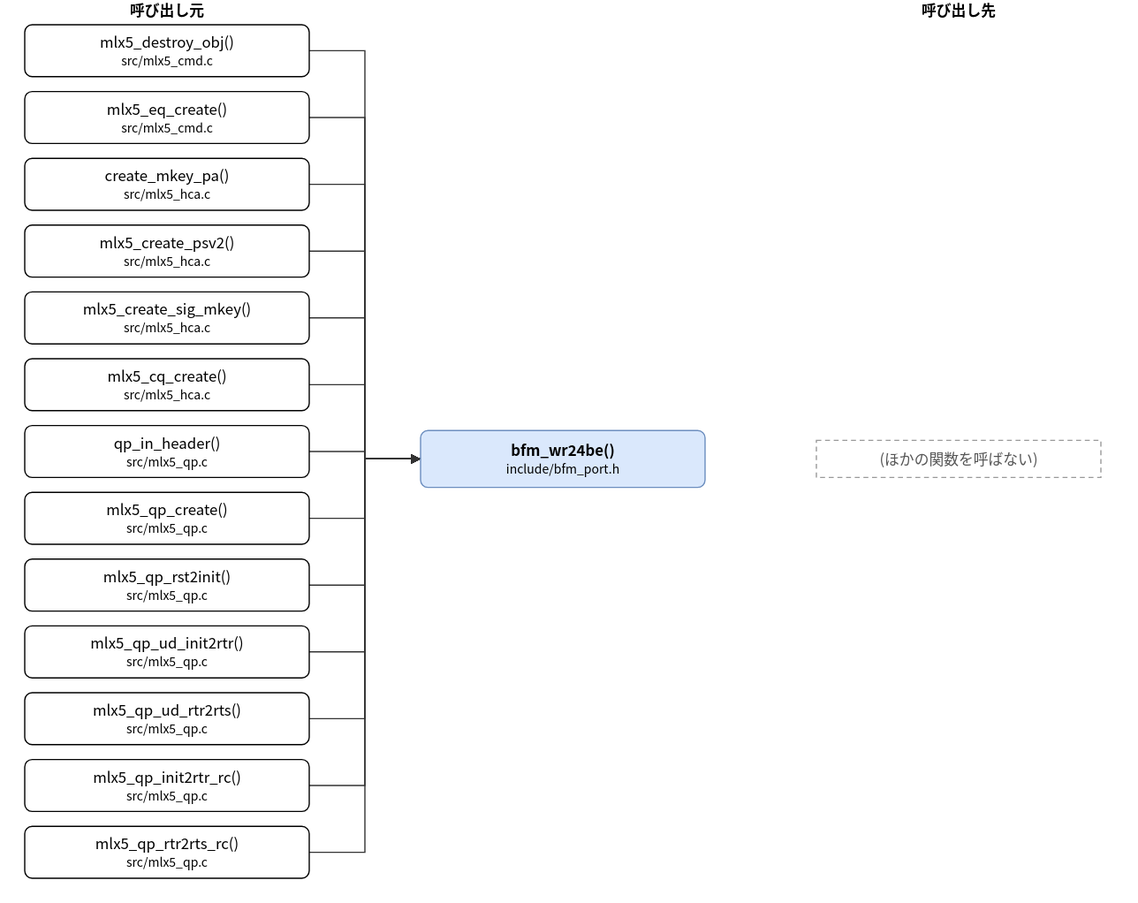
The draw.io diagram doc/spec/images/call_include_bfm_port-bfm_wr24be.drawio.svg in hf355051012-ai/bfmem, before a commit. Source tidied: cells renumbered, new cells last; positions are measured from the earlier drawing's top-left corner, leaving out a move shared by most shapes.
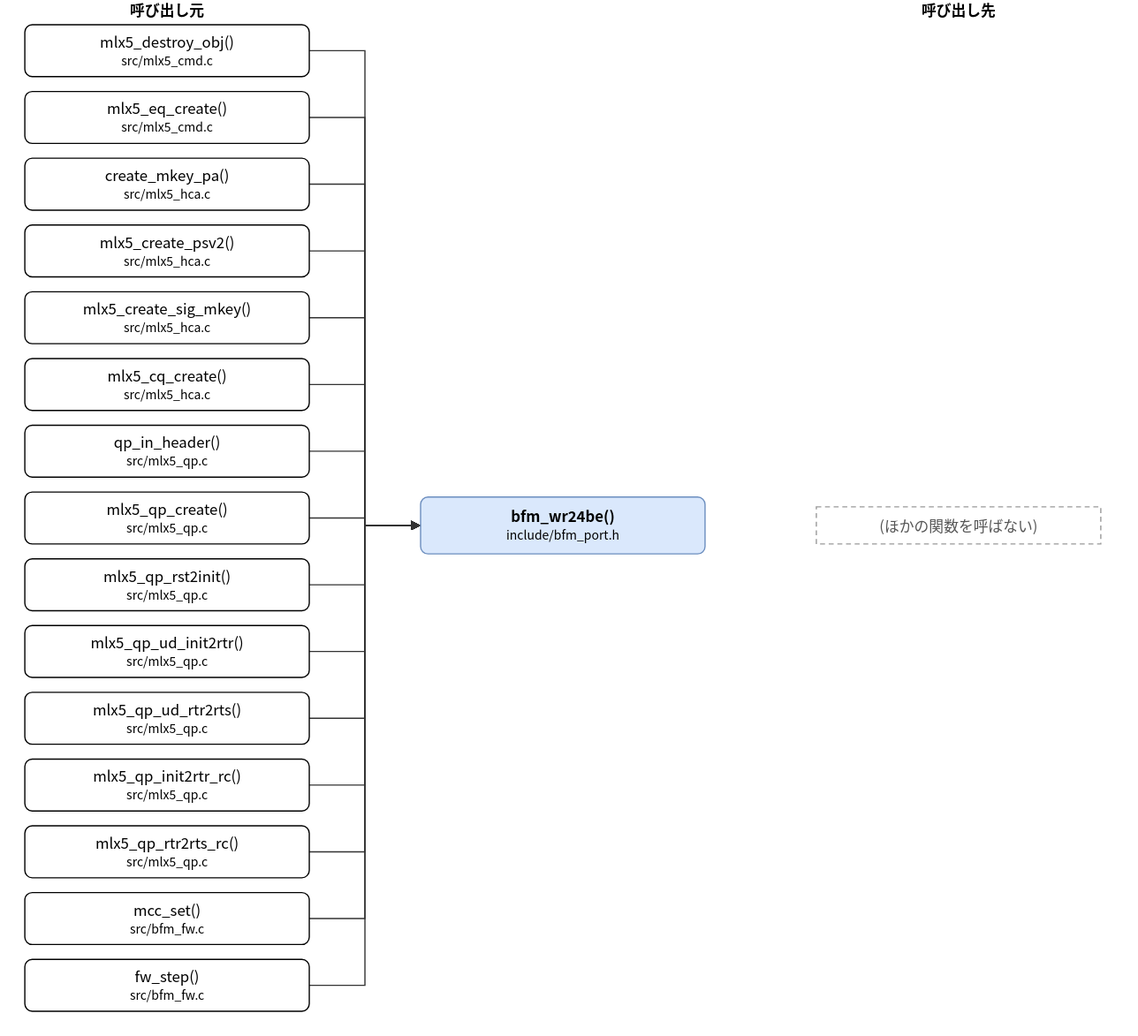
The same diagram one commit later.

Diff of the diagram source:
```diff
@@ -3,7 +3,7 @@
     <mxCell id="0" />
     <mxCell id="1" parent="0" />
     <mxCell id="2" value="bfm_wr24be()&lt;br&gt;&lt;font style=&quot;font-size:10px&quot;&gt;include/bfm_port.h&lt;/font&gt;" style="rounded=1;whiteSpace=wrap;html=1;fillColor=#dae8fc;strokeColor=#6c8ebf;fontStyle=1;" parent="1" vertex="1">
-      <mxGeometry x="320" y="348" width="230" height="46" as="geometry" />
+      <mxGeometry x="320" y="402" width="230" height="46" as="geometry" />
     </mxCell>
     <mxCell id="3" value="mlx5_destroy_obj()&lt;br&gt;&lt;font style=&quot;font-size:10px&quot;&gt;src/mlx5_cmd.c&lt;/font&gt;" style="rounded=1;whiteSpace=wrap;html=1;" parent="1" vertex="1">
       <mxGeometry y="20" width="230" height="42" as="geometry" />
@@ -44,14 +44,20 @@
     <mxCell id="15" value="mlx5_qp_rtr2rts_rc()&lt;br&gt;&lt;font style=&quot;font-size:10px&quot;&gt;src/mlx5_qp.c&lt;/font&gt;" style="rounded=1;whiteSpace=wrap;html=1;" parent="1" vertex="1">
       <mxGeometry y="668" width="230" height="42" as="geometry" />
     </mxCell>
+    <mxCell id="32" value="mcc_set()&lt;br&gt;&lt;font style=&quot;font-size:10px&quot;&gt;src/bfm_fw.c&lt;/font&gt;" style="rounded=1;whiteSpace=wrap;html=1;" parent="1" vertex="1">
+      <mxGeometry y="722" width="230" height="42" as="geometry" />
+    </mxCell>
+    <mxCell id="33" value="fw_step()&lt;br&gt;&lt;font style=&quot;font-size:10px&quot;&gt;src/bfm_fw.c&lt;/font&gt;" style="rounded=1;whiteSpace=wrap;html=1;" parent="1" vertex="1">
+      <mxGeometry y="776" width="230" height="42" as="geometry" />
+    </mxCell>
     <mxCell id="16" value="(ほかの関数を呼ばない)" style="rounded=0;whiteSpace=wrap;html=1;dashed=1;strokeColor=#999999;fontColor=#555555;dashed=1;" parent="1" vertex="1">
-      <mxGeometry x="640" y="356" width="230" height="30" as="geometry" />
+      <mxGeometry x="640" y="410" width="230" height="30" as="geometry" />
     </mxCell>
     <mxCell id="17" style="edgeStyle=none;html=1;rounded=0;endArrow=block;endFill=1;exitX=1.0000;exitY=0.5000;exitDx=0;exitDy=0;exitPerimeter=0;entryX=0.0000;entryY=0.5000;entryDx=0;entryDy=0;entryPerimeter=0;" parent="1" edge="1" source="3" target="2">
       <mxGeometry relative="1" as="geometry">
         <Array as="points">
           <mxPoint x="275" y="41" />
-          <mxPoint x="275" y="371" />
+          <mxPoint x="275" y="425" />
         </Array>
       </mxGeometry>
     </mxCell>
@@ -59,7 +65,7 @@
       <mxGeometry relative="1" as="geometry">
         <Array as="points">
           <mxPoint x="275" y="95" />
-          <mxPoint x="275" y="371" />
+          <mxPoint x="275" y="425" />
         </Array>
       </mxGeometry>
     </mxCell>
@@ -67,7 +73,7 @@
       <mxGeometry relative="1" as="geometry">
         <Array as="points">
           <mxPoint x="275" y="149" />
-          <mxPoint x="275" y="371" />
+          <mxPoint x="275" y="425" />
         </Array>
       </mxGeometry>
     </mxCell>
@@ -75,7 +81,7 @@
       <mxGeometry relative="1" as="geometry">
         <Array as="points">
           <mxPoint x="275" y="203" />
-          <mxPoint x="275" y="371" />
+          <mxPoint x="275" y="425" />
         </Array>
       </mxGeometry>
     </mxCell>
@@ -83,7 +89,7 @@
       <mxGeometry relative="1" as="geometry">
         <Array as="points">
           <mxPoint x="275" y="257" />
-          <mxPoint x="275" y="371" />
+          <mxPoint x="275" y="425" />
         </Array>
       </mxGeometry>
     </mxCell>
@@ -91,7 +97,7 @@
       <mxGeometry relative="1" as="geometry">
         <Array as="points">
           <mxPoint x="275" y="311" />
-          <mxPoint x="275" y="371" />
+          <mxPoint x="275" y="425" />
         </Array>
       </mxGeometry>
     </mxCell>
@@ -99,7 +105,7 @@
       <mxGeometry relative="1" as="geometry">
         <Array as="points">
           <mxPoint x="275" y="365" />
-          <mxPoint x="275" y="371" />
+          <mxPoint x="275" y="425" />
         </Array>
       </mxGeometry>
     </mxCell>
@@ -107,7 +113,7 @@
       <mxGeometry relative="1" as="geometry">
         <Array as="points">
           <mxPoint x="275" y="419" />
-          <mxPoint x="275" y="371" />
+          <mxPoint x="275" y="425" />
         </Array>
       </mxGeometry>
     </mxCell>
@@ -115,7 +121,7 @@
       <mxGeometry relative="1" as="geometry">
         <Array as="points">
           <mxPoint x="275" y="473" />
-          <mxPoint x="275" y="371" />
+          <mxPoint x="275" y="425" />
         </Array>
       </mxGeometry>
     </mxCell>
@@ -123,7 +129,7 @@
       <mxGeometry relative="1" as="geometry">
         <Array as="points">
           <mxPoint x="275" y="527" />
-          <mxPoint x="275" y="371" />
+          <mxPoint x="275" y="425" />
         </Array>
       </mxGeometry>
     </mxCell>
@@ -131,7 +137,7 @@
       <mxGeometry relative="1" as="geometry">
         <Array as="points">
           <mxPoint x="275" y="581" />
-          <mxPoint x="275" y="371" />
+          <mxPoint x="275" y="425" />
         </Array>
       </mxGeometry>
     </mxCell>
@@ -139,7 +145,7 @@
       <mxGeometry relative="1" as="geometry">
         <Array as="points">
           <mxPoint x="275" y="635" />
-          <mxPoint x="275" y="371" />
+          <mxPoint x="275" y="425" />
         </Array>
       </mxGeometry>
     </mxCell>
@@ -147,10 +153,26 @@
       <mxGeometry relative="1" as="geometry">
         <Array as="points">
           <mxPoint x="275" y="689" />
-          <mxPoint x="275" y="371" />
+          <mxPoint x="275" y="425" />
         </Array>
       </mxGeometry>
     </mxCell>
+    <mxCell id="34" style="edgeStyle=none;html=1;rounded=0;endArrow=block;endFill=1;exitX=1.0000;exitY=0.5000;exitDx=0;exitDy=0;exitPerimeter=0;entryX=0.0000;entryY=0.5000;entryDx=0;entryDy=0;entryPerimeter=0;" parent="1" edge="1" source="32" target="2">
+      <mxGeometry relative="1" as="geometry">
+        <Array as="points">
+          <mxPoint x="275" y="743" />
+          <mxPoint x="275" y="425" />
+        </Array>
+      </mxGeometry>
+    </mxCell>
+    <mxCell id="35" style="edgeStyle=none;html=1;rounded=0;endArrow=block;endFill=1;exitX=1.0000;exitY=0.5000;exitDx=0;exitDy=0;exitPerimeter=0;entryX=0.0000;entryY=0.5000;entryDx=0;entryDy=0;entryPerimeter=0;" parent="1" edge="1" source="33" target="2">
+      <mxGeometry relative="1" as="geometry">
+        <Array as="points">
+          <mxPoint x="275" y="797" />
+          <mxPoint x="275" y="425" />
+        </Array>
+      </mxGeometry>
+    </mxCell>
     <mxCell id="30" value="呼び出し元" style="text;html=1;align=center;fontStyle=1;" parent="1" vertex="1">
       <mxGeometry x="35" width="160" height="18" as="geometry" />
     </mxCell>
```
